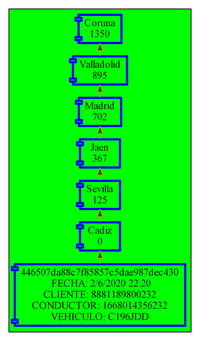
Above: Viajes.png in SergioUnix/EDD_Proyecto2_Junio_2020 (Graphviz), before the change. Its source is kept beside it as Viajes.dot.
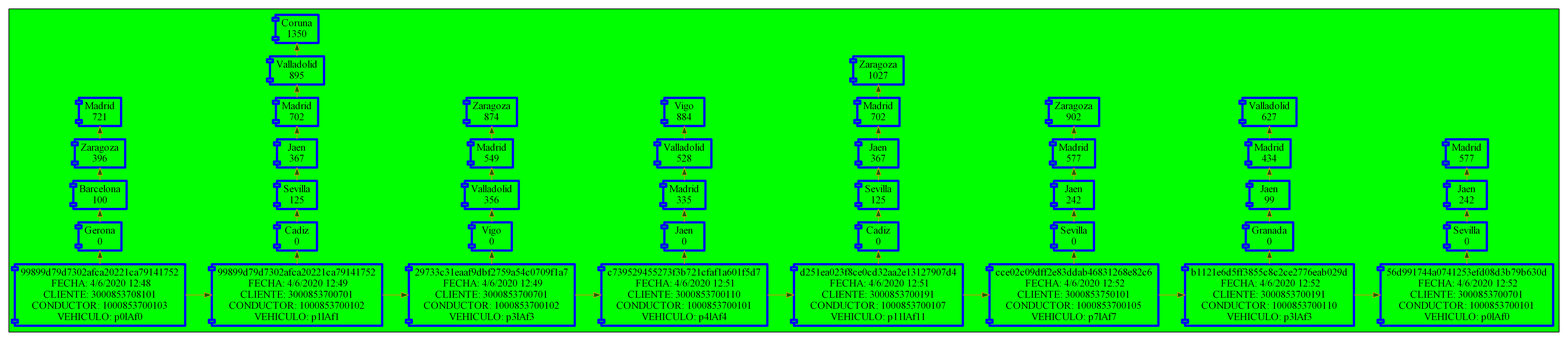
After the change.

Diff of the diagram source:
```diff
@@ -4,28 +4,161 @@
 rankdir=LR;
 subgraph cluster_0{
 bgcolor="green"
-"446507da88c7f85857c5dae987dec430"[label="446507da88c7f85857c5dae987dec430
- FECHA: 2/6/2020 22:20
-CLIENTE: 8881189800232
-CONDUCTOR: 1668014356232
-VEHICULO: C196JDD"];
-"0Cadiz"[label="Cadiz
+"99899d79d7302afca20221ca79141752"[label="99899d79d7302afca20221ca79141752
+ FECHA: 4/6/2020 12:48
+CLIENTE: 3000853708101
+CONDUCTOR: 1000853700103
+VEHICULO: p0lAf0"];
+"0Gerona"[label="Gerona
 0"];
-"0Sevilla"[label="Sevilla
+"0Barcelona"[label="Barcelona
+100"];
+"0Zaragoza"[label="Zaragoza
+396"];
+"0Madrid"[label="Madrid
+721"];
+"0Gerona"->"0Barcelona"
+"0Barcelona"->"0Zaragoza"
+"0Zaragoza"->"0Madrid"
+{ rank = same;"99899d79d7302afca20221ca79141752";"0Gerona";"0Barcelona";"0Zaragoza";"0Madrid";}
+"99899d79d7302afca20221ca79141752"->"0Gerona""29733c31eaaf9dbf2759a54c0709f1a7"[label="99899d79d7302afca20221ca79141752
+ FECHA: 4/6/2020 12:49
+CLIENTE: 3000853700701
+CONDUCTOR: 1000853700102
+VEHICULO: p1lAf1"];
+"1Cadiz"[label="Cadiz
+0"];
+"1Sevilla"[label="Sevilla
 125"];
-"0Jaen"[label="Jaen
+"1Jaen"[label="Jaen
 367"];
-"0Madrid"[label="Madrid
+"1Madrid"[label="Madrid
 702"];
-"0Valladolid"[label="Valladolid
+"1Valladolid"[label="Valladolid
 895"];
-"0Coruna"[label="Coruna
+"1Coruna"[label="Coruna
 1350"];
-"0Cadiz"->"0Sevilla"
-"0Sevilla"->"0Jaen"
-"0Jaen"->"0Madrid"
-"0Madrid"->"0Valladolid"
-"0Valladolid"->"0Coruna"
-{ rank = same;"446507da88c7f85857c5dae987dec430";"0Cadiz";"0Sevilla";"0Jaen";"0Madrid";"0Valladolid";"0Coruna";}
-"446507da88c7f85857c5dae987dec430"->"0Cadiz"}
+"1Cadiz"->"1Sevilla"
+"1Sevilla"->"1Jaen"
+"1Jaen"->"1Madrid"
+"1Madrid"->"1Valladolid"
+"1Valladolid"->"1Coruna"
+{ rank = same;"29733c31eaaf9dbf2759a54c0709f1a7";"1Cadiz";"1Sevilla";"1Jaen";"1Madrid";"1Valladolid";"1Coruna";}
+"29733c31eaaf9dbf2759a54c0709f1a7"->"1Cadiz"
+"c739529455273f3b721cfaf1a601f5d7"[label="29733c31eaaf9dbf2759a54c0709f1a7
+ FECHA: 4/6/2020 12:49
+CLIENTE: 3000853700701
+CONDUCTOR: 1000853700102
+VEHICULO: p3lAf3"];
+"2Vigo"[label="Vigo
+0"];
+"2Valladolid"[label="Valladolid
+356"];
+"2Madrid"[label="Madrid
+549"];
+"2Zaragoza"[label="Zaragoza
+874"];
+"2Vigo"->"2Valladolid"
+"2Valladolid"->"2Madrid"
+"2Madrid"->"2Zaragoza"
+{ rank = same;"c739529455273f3b721cfaf1a601f5d7";"2Vigo";"2Valladolid";"2Madrid";"2Zaragoza";}
+"c739529455273f3b721cfaf1a601f5d7"->"2Vigo"
+"d251ea023f8ce0cd32aa2e13127907d4"[label="c739529455273f3b721cfaf1a601f5d7
+ FECHA: 4/6/2020 12:51
+CLIENTE: 3000853700110
+CONDUCTOR: 1000853700101
+VEHICULO: p4lAf4"];
+"3Jaen"[label="Jaen
+0"];
+"3Madrid"[label="Madrid
+335"];
+"3Valladolid"[label="Valladolid
+528"];
+"3Vigo"[label="Vigo
+884"];
+"3Jaen"->"3Madrid"
+"3Madrid"->"3Valladolid"
+"3Valladolid"->"3Vigo"
+{ rank = same;"d251ea023f8ce0cd32aa2e13127907d4";"3Jaen";"3Madrid";"3Valladolid";"3Vigo";}
+"d251ea023f8ce0cd32aa2e13127907d4"->"3Jaen"
+"cce02c09dff2e83ddab46831268e82c6"[label="d251ea023f8ce0cd32aa2e13127907d4
+ FECHA: 4/6/2020 12:51
+CLIENTE: 3000853700191
+CONDUCTOR: 1000853700107
+VEHICULO: p11lAf11"];
+"4Cadiz"[label="Cadiz
+0"];
+"4Sevilla"[label="Sevilla
+125"];
+"4Jaen"[label="Jaen
+367"];
+"4Madrid"[label="Madrid
+702"];
+"4Zaragoza"[label="Zaragoza
+1027"];
+"4Cadiz"->"4Sevilla"
+"4Sevilla"->"4Jaen"
+"4Jaen"->"4Madrid"
+"4Madrid"->"4Zaragoza"
+{ rank = same;"cce02c09dff2e83ddab46831268e82c6";"4Cadiz";"4Sevilla";"4Jaen";"4Madrid";"4Zaragoza";}
+"cce02c09dff2e83ddab46831268e82c6"->"4Cadiz"
+"b1121e6d5ff3855c8c2ce2776eab029d"[label="cce02c09dff2e83ddab46831268e82c6
+ FECHA: 4/6/2020 12:52
+CLIENTE: 3000853750101
+CONDUCTOR: 1000853700105
+VEHICULO: p7lAf7"];
+"5Sevilla"[label="Sevilla
+0"];
+"5Jaen"[label="Jaen
+242"];
+"5Madrid"[label="Madrid
+577"];
+"5Zaragoza"[label="Zaragoza
+902"];
+"5Sevilla"->"5Jaen"
+"5Jaen"->"5Madrid"
+"5Madrid"->"5Zaragoza"
+{ rank = same;"b1121e6d5ff3855c8c2ce2776eab029d";"5Sevilla";"5Jaen";"5Madrid";"5Zaragoza";}
+"b1121e6d5ff3855c8c2ce2776eab029d"->"5Sevilla"
+"56d991744a0741253efd08d3b79b630d"[label="b1121e6d5ff3855c8c2ce2776eab029d
+ FECHA: 4/6/2020 12:52
+CLIENTE: 3000853700191
+CONDUCTOR: 1000853700110
+VEHICULO: p3lAf3"];
+"6Granada"[label="Granada
+0"];
+"6Jaen"[label="Jaen
+99"];
+"6Madrid"[label="Madrid
+434"];
+"6Valladolid"[label="Valladolid
+627"];
+"6Granada"->"6Jaen"
+"6Jaen"->"6Madrid"
+"6Madrid"->"6Valladolid"
+{ rank = same;"56d991744a0741253efd08d3b79b630d";"6Granada";"6Jaen";"6Madrid";"6Valladolid";}
+"56d991744a0741253efd08d3b79b630d"->"6Granada"
+"9cc7d9be2aa628cdc1a809d046f105ec"[label="56d991744a0741253efd08d3b79b630d
+ FECHA: 4/6/2020 12:52
+CLIENTE: 3000853700701
+CONDUCTOR: 1000853700101
+VEHICULO: p0lAf0"];
+"7Sevilla"[label="Sevilla
+0"];
+"7Jaen"[label="Jaen
+242"];
+"7Madrid"[label="Madrid
+577"];
+"7Sevilla"->"7Jaen"
+"7Jaen"->"7Madrid"
+{ rank = same;"9cc7d9be2aa628cdc1a809d046f105ec";"7Sevilla";"7Jaen";"7Madrid";}
+"9cc7d9be2aa628cdc1a809d046f105ec"->"7Sevilla"
+"99899d79d7302afca20221ca79141752"->"29733c31eaaf9dbf2759a54c0709f1a7"
+"29733c31eaaf9dbf2759a54c0709f1a7"->"c739529455273f3b721cfaf1a601f5d7"
+"c739529455273f3b721cfaf1a601f5d7"->"d251ea023f8ce0cd32aa2e13127907d4"
+"d251ea023f8ce0cd32aa2e13127907d4"->"cce02c09dff2e83ddab46831268e82c6"
+"cce02c09dff2e83ddab46831268e82c6"->"b1121e6d5ff3855c8c2ce2776eab029d"
+"b1121e6d5ff3855c8c2ce2776eab029d"->"56d991744a0741253efd08d3b79b630d"
+"56d991744a0741253efd08d3b79b630d"->"9cc7d9be2aa628cdc1a809d046f105ec"
 }
+}
```
